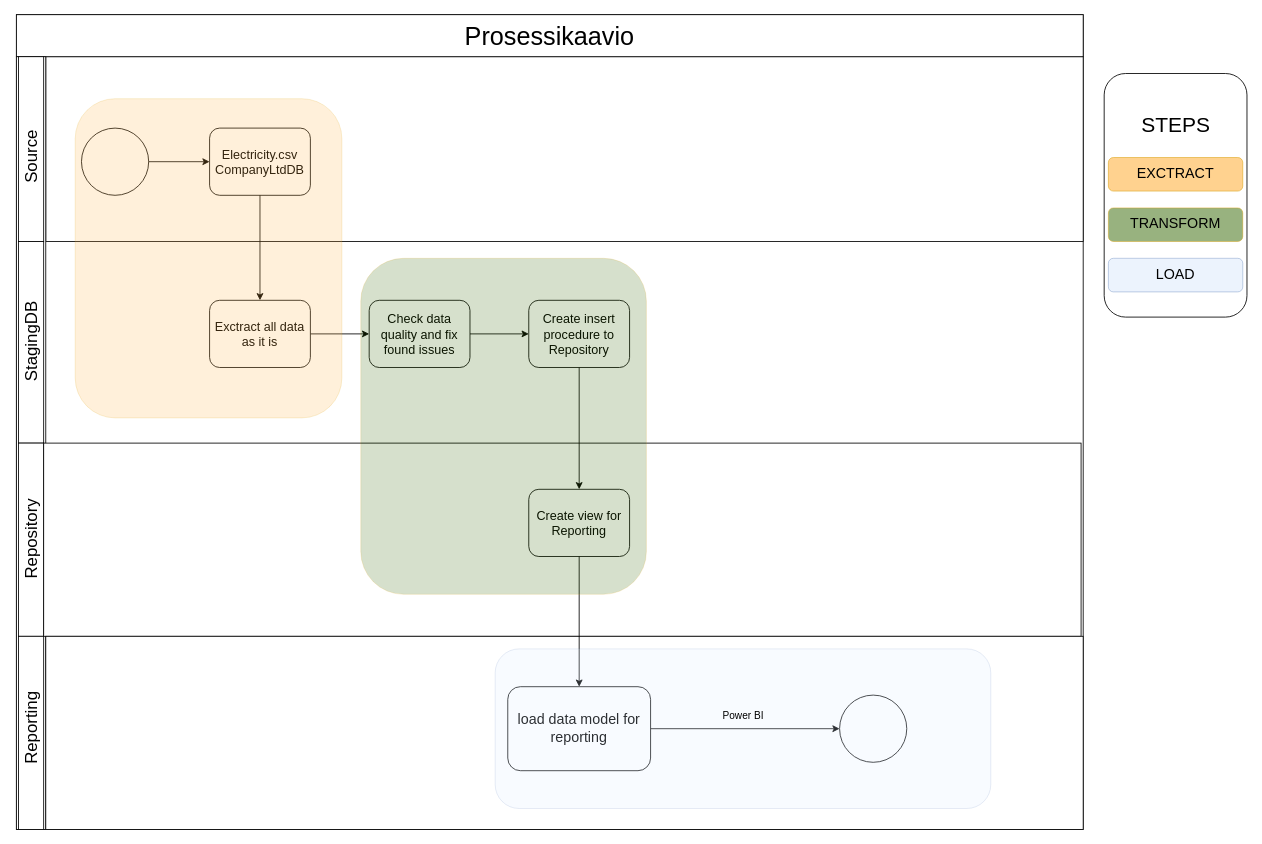
Earlier version of the draw.io diagram prosessikaavio.drawio (Tupolaa/Ohjelmistorobotiikka). Source tidied: cells renumbered, new cells numbered last; positions are measured from the earlier drawing's top-left corner, leaving out a move shared by most shapes. Both pictures are drawn from the tidied source at 84%, with x=0, y=0 at pixel (-19, 14).
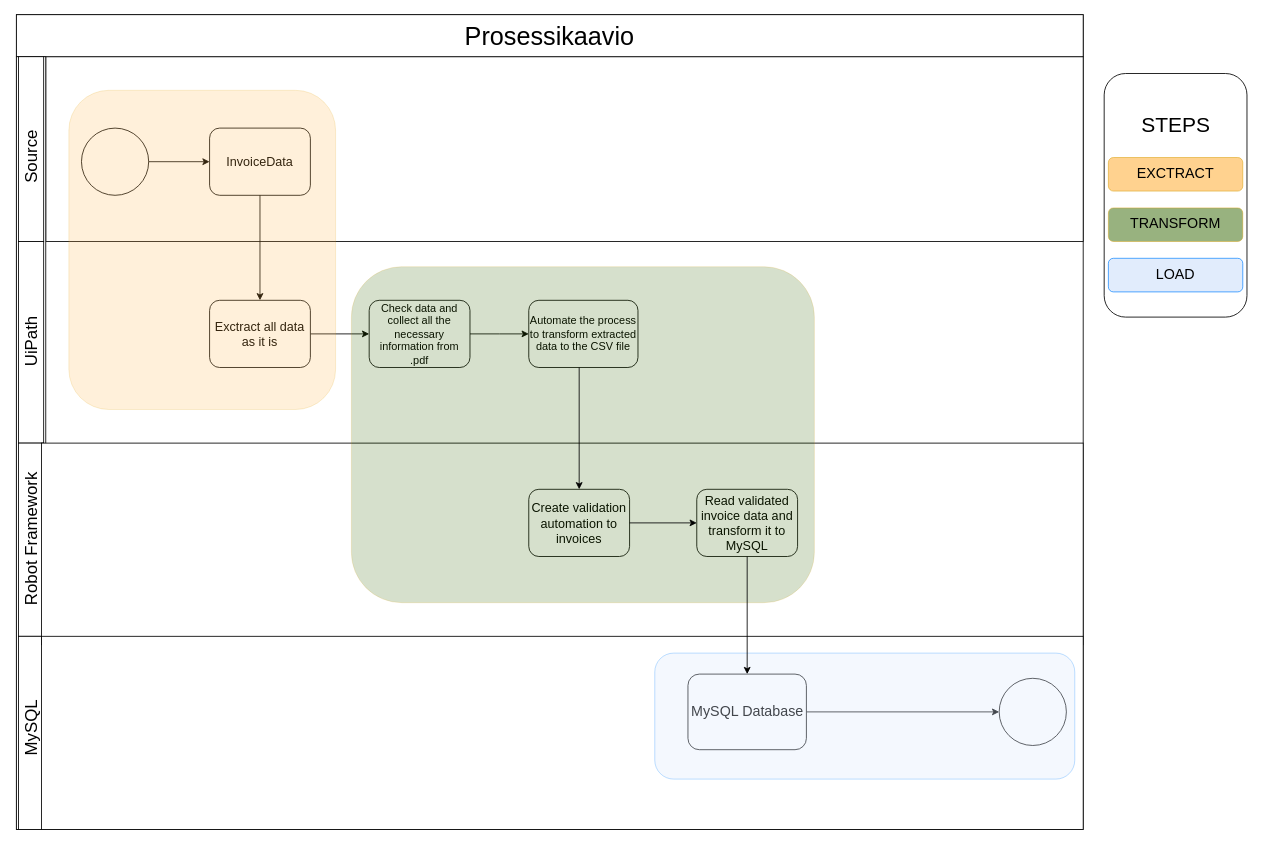
The same diagram, later.

Change to the diagram source:
```diff
@@
-    <mxCell id="6" value="&lt;font style=&quot;font-size: 15px;&quot;&gt;Electricity.csv&lt;/font&gt;&lt;div&gt;&lt;font style=&quot;font-size: 15px;&quot;&gt;CompanyLtdDB&lt;/font&gt;&lt;/div&gt;" style="shape=ext;rounded=1;html=1;whiteSpace=wrap;" parent="1" vertex="1">
+    <mxCell id="6" value="&lt;span style=&quot;font-size: 15px;&quot;&gt;InvoiceData&lt;/span&gt;" style="shape=ext;rounded=1;html=1;whiteSpace=wrap;" parent="1" vertex="1">
       <mxGeometry x="272" y="135" width="120" height="80" as="geometry" />
     </mxCell>
@@
-    <mxCell id="9" value="&lt;font style=&quot;font-size: 15px;&quot;&gt;Create insert procedure to Repository&lt;/font&gt;" style="html=1;whiteSpace=wrap;rounded=1;" parent="1" vertex="1">
-      <mxGeometry x="652" y="340" width="120" height="80" as="geometry" />
-    </mxCell>
@@
-    <mxCell id="19" value="&lt;font style=&quot;font-size: 20px;&quot;&gt;StagingDB&lt;/font&gt;" style="text;html=1;align=center;verticalAlign=middle;strokeColor=none;fillColor=none;rotation=270;" parent="1" vertex="1">
-      <mxGeometry x="-0.5" y="370" width="120" height="40" as="geometry" />
+    <mxCell id="19" value="&lt;font style=&quot;font-size: 20px;&quot;&gt;UiPath&lt;/font&gt;" style="text;html=1;align=center;verticalAlign=middle;strokeColor=none;fillColor=none;rotation=270;" parent="1" vertex="1">
+      <mxGeometry x="19.5" y="370" width="80" height="40" as="geometry" />
     </mxCell>
-    <mxCell id="20" value="&lt;font style=&quot;font-size: 20px;&quot;&gt;Repository&lt;/font&gt;" style="text;html=1;align=center;verticalAlign=middle;strokeColor=none;fillColor=none;rotation=270;" parent="1" vertex="1">
-      <mxGeometry x="-0.5" y="605" width="120" height="40" as="geometry" />
+    <mxCell id="20" value="&lt;font style=&quot;font-size: 20px;&quot;&gt;Robot Framework&lt;/font&gt;" style="text;html=1;align=center;verticalAlign=middle;strokeColor=none;fillColor=none;rotation=270;" parent="1" vertex="1">
+      <mxGeometry x="-30.5" y="605" width="180" height="40" as="geometry" />
     </mxCell>
-    <mxCell id="21" value="&lt;font style=&quot;font-size: 20px;&quot;&gt;Reporting&lt;/font&gt;" style="text;html=1;align=center;verticalAlign=middle;strokeColor=none;fillColor=none;rotation=270;" parent="1" vertex="1">
-      <mxGeometry x="4.5" y="830" width="110" height="40" as="geometry" />
+    <mxCell id="21" value="&lt;font style=&quot;font-size: 20px;&quot;&gt;MySQL&lt;/font&gt;" style="text;html=1;align=center;verticalAlign=middle;strokeColor=none;fillColor=none;rotation=270;" parent="1" vertex="1">
+      <mxGeometry x="14.5" y="830" width="90" height="40" as="geometry" />
     </mxCell>
     <mxCell id="22" style="whiteSpace=wrap;html=1;" parent="1" vertex="1">
-      <mxGeometry x="74.5" y="510" width="1235" height="230" as="geometry" />
+      <mxGeometry x="72" y="510" width="1240" height="240" as="geometry" />
     </mxCell>
-    <mxCell id="23" style="edgeStyle=orthogonalEdgeStyle;rounded=0;jettySize=auto;html=1;" parent="1" edge="1" source="24" target="9">
-      <mxGeometry relative="1" as="geometry" />
+    <mxCell id="23" style="edgeStyle=orthogonalEdgeStyle;rounded=0;jettySize=auto;html=1;" parent="1" edge="1" source="24">
+      <mxGeometry relative="1" as="geometry">
+        <mxPoint x="652" y="380" as="targetPoint" />
+      </mxGeometry>
     </mxCell>
-    <mxCell id="24" value="&lt;font style=&quot;font-size: 15px;&quot;&gt;Check data quality and fix found issues&lt;/font&gt;" style="shape=ext;rounded=1;html=1;whiteSpace=wrap;" parent="1" vertex="1">
+    <mxCell id="24" value="&lt;font style=&quot;font-size: 13px;&quot;&gt;Check data and collect all the necessary information from .pdf&lt;/font&gt;" style="shape=ext;rounded=1;html=1;whiteSpace=wrap;" parent="1" vertex="1">
       <mxGeometry x="462" y="340" width="120" height="80" as="geometry" />
     </mxCell>
     <mxCell id="25" style="whiteSpace=wrap;html=1;" parent="1" vertex="1">
-      <mxGeometry x="77" y="740" width="1235" height="230" as="geometry" />
+      <mxGeometry x="72" y="740" width="1240" height="230" as="geometry" />
     </mxCell>
-    <mxCell id="26" value="&lt;font style=&quot;font-size: 15px;&quot;&gt;Create view for Reporting&lt;/font&gt;" style="html=1;whiteSpace=wrap;rounded=1;" parent="1" vertex="1">
+    <mxCell id="26" value="&lt;span style=&quot;font-size: 15px;&quot;&gt;Create validation automation to invoices&lt;/span&gt;" style="html=1;whiteSpace=wrap;rounded=1;" parent="1" vertex="1">
       <mxGeometry x="652" y="565" width="120" height="80" as="geometry" />
     </mxCell>
-    <mxCell id="27" style="endArrow=classic;html=1;rounded=0;entryX=0.5;entryY=0;entryDx=0;entryDy=0;exitX=0.5;exitY=1;exitDx=0;exitDy=0;" parent="1" edge="1" source="9" target="26">
-      <mxGeometry relative="1" as="geometry" />
-    </mxCell>
@@
-    <mxCell id="29" value="&lt;font style=&quot;font-size: 17px;&quot;&gt;load data model for reporting&lt;/font&gt;" style="html=1;whiteSpace=wrap;rounded=1;" parent="1" vertex="1">
-      <mxGeometry x="627" y="800" width="170" height="100" as="geometry" />
-    </mxCell>
-    <mxCell id="30" style="endArrow=classic;html=1;rounded=0;entryX=0.5;entryY=0;entryDx=0;entryDy=0;exitX=0.5;exitY=1;exitDx=0;exitDy=0;" parent="1" edge="1" source="26" target="29">
-      <mxGeometry relative="1" as="geometry" />
-    </mxCell>
     <mxCell id="31" style="ellipse;whiteSpace=wrap;html=1;rounded=1;" parent="1" vertex="1">
-      <mxGeometry x="1022" y="810" width="80" height="80" as="geometry" />
+      <mxGeometry x="1212" y="790" width="80" height="80" as="geometry" />
     </mxCell>
     <mxCell id="32" style="rounded=1;whiteSpace=wrap;html=1;fillColor=#FFB545;strokeColor=#d79b00;opacity=20;" parent="1" vertex="1">
-      <mxGeometry x="112" y="100" width="317.5" height="380" as="geometry" />
+      <mxGeometry x="104.5" y="90" width="317.5" height="380" as="geometry" />
     </mxCell>
+    <mxCell id="40" value="&lt;font style=&quot;font-size: 13px;&quot;&gt;Automate the process to transform extracted data to the CSV file&lt;/font&gt;" style="rounded=1;whiteSpace=wrap;html=1;fillColor=#FFFFFF;" parent="1" vertex="1">
+      <mxGeometry x="652" y="340" width="130" height="80" as="geometry" />
+    </mxCell>
+    <mxCell id="41" value="&lt;span style=&quot;font-size: 15px;&quot;&gt;Read validated invoice data and transform it to MySQL&lt;/span&gt;" style="html=1;whiteSpace=wrap;rounded=1;" parent="1" vertex="1">
+      <mxGeometry x="852" y="565" width="120" height="80" as="geometry" />
+    </mxCell>
     <mxCell id="33" style="rounded=1;whiteSpace=wrap;html=1;fillColor=#336600;strokeColor=#d79b00;opacity=20;" parent="1" vertex="1">
-      <mxGeometry x="452" y="290" width="340" height="400" as="geometry" />
+      <mxGeometry x="440.8" y="300" width="551.2" height="400" as="geometry" />
     </mxCell>
+    <mxCell id="29" value="&lt;span style=&quot;font-size: 17px;&quot;&gt;MySQL Database&lt;/span&gt;" style="html=1;whiteSpace=wrap;rounded=1;" parent="1" vertex="1">
+      <mxGeometry x="841.5" y="785" width="141" height="90" as="geometry" />
+    </mxCell>
-    <mxCell id="34" style="rounded=1;whiteSpace=wrap;html=1;fillColor=#dae8fc;strokeColor=#6c8ebf;opacity=20;" parent="1" vertex="1">
-      <mxGeometry x="612" y="755" width="590" height="190" as="geometry" />
+    <mxCell id="34" style="rounded=1;whiteSpace=wrap;html=1;fillColor=#dae8fc;strokeColor=#007FFF;opacity=30;" parent="1" vertex="1">
+      <mxGeometry x="802" y="760" width="500" height="150" as="geometry" />
     </mxCell>
@@
-    <mxCell id="37" value="&lt;font style=&quot;font-size: 17px;&quot;&gt;LOAD&lt;/font&gt;" style="rounded=1;whiteSpace=wrap;html=1;fillColor=#dae8fc;strokeColor=#6c8ebf;opacity=50;" parent="1" vertex="1">
+    <mxCell id="37" value="&lt;font style=&quot;font-size: 17px;&quot;&gt;LOAD&lt;/font&gt;" style="rounded=1;whiteSpace=wrap;html=1;fillColor=#dae8fc;strokeColor=#007FFF;opacity=80;" parent="1" vertex="1">
       <mxGeometry x="1342" y="290" width="160" height="40" as="geometry" />
     </mxCell>
-    <mxCell id="38" value="Power BI" style="text;html=1;align=center;verticalAlign=middle;strokeColor=none;fillColor=none;" parent="1" vertex="1">
-      <mxGeometry x="872" y="820" width="70" height="30" as="geometry" />
-    </mxCell>
@@
+    <mxCell id="42" style="endArrow=classic;html=1;rounded=0;entryX=0.5;entryY=0;entryDx=0;entryDy=0;" parent="1" edge="1" target="26">
+      <mxGeometry relative="1" as="geometry">
+        <mxPoint x="712" y="420" as="sourcePoint" />
+      </mxGeometry>
+    </mxCell>
+    <mxCell id="43" style="endArrow=classic;html=1;rounded=0;entryX=0;entryY=0.5;entryDx=0;entryDy=0;" parent="1" edge="1" target="41">
+      <mxGeometry relative="1" as="geometry">
+        <mxPoint x="772" y="605" as="sourcePoint" />
+      </mxGeometry>
+    </mxCell>
+    <mxCell id="44" style="endArrow=classic;html=1;rounded=0;entryX=0.5;entryY=0;entryDx=0;entryDy=0;" parent="1" edge="1" target="29">
+      <mxGeometry relative="1" as="geometry">
+        <mxPoint x="912" y="645" as="sourcePoint" />
+      </mxGeometry>
+    </mxCell>
```
